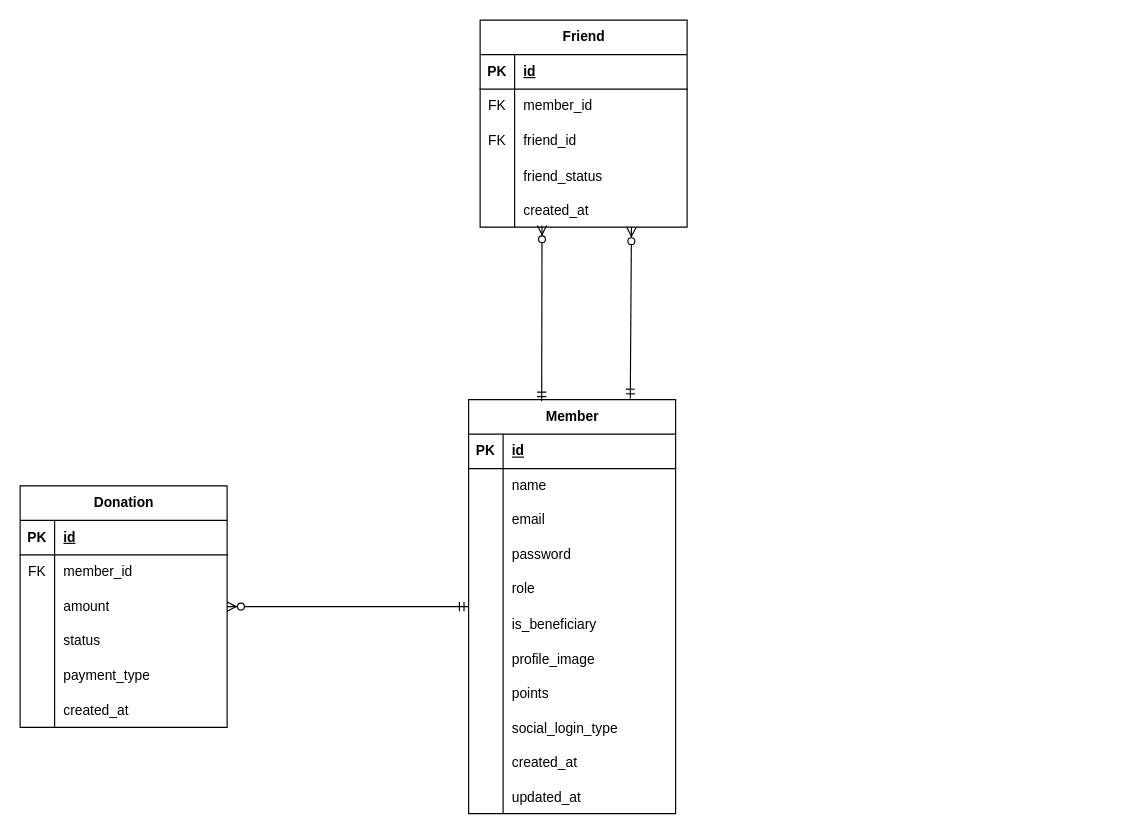
2025-Advanced-Capstone-Chaeum/ERD keeps this draw.io diagram as ChaeumERD.drawio. Above is the earlier version. Source tidied: cells renumbered, new cells numbered last; positions are measured from the earlier drawing's top-left corner, leaving out a move shared by most shapes. Both pictures are drawn from the tidied source at 115%, with x=0, y=0 at pixel (20, 20).
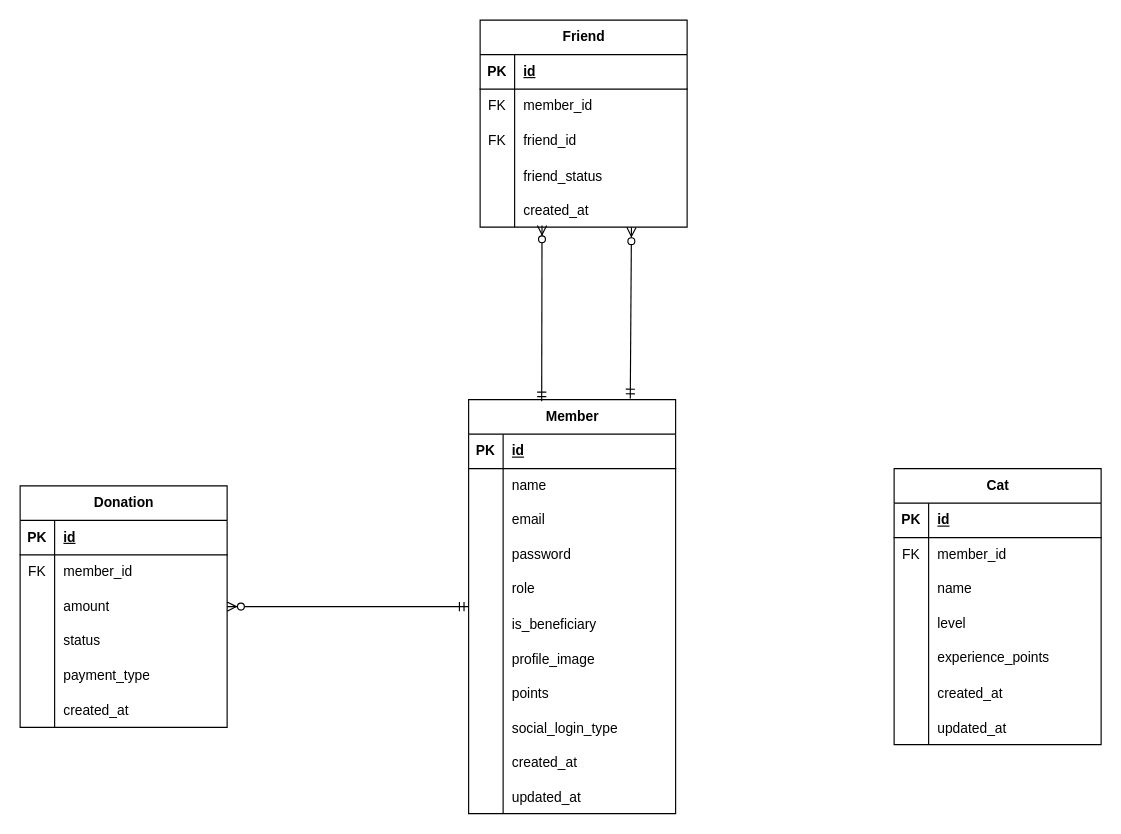
The same diagram, later.

Commit message:
docs(ERD): Cat 테이블 생성

What changed in the source:
```diff
@@
+    <mxCell id="75" value="Cat" style="shape=table;startSize=30;childLayout=tableLayout;rowLines=0;fontStyle=1;align=center;html=1;" parent="1" vertex="1">
+      <mxGeometry x="760" y="390" width="180" height="240" as="geometry" />
+    </mxCell>
+    <mxCell id="76" style="shape=tableRow;horizontal=0;startSize=0;swimlaneHead=0;swimlaneBody=0;fillColor=none;top=0;left=0;right=0;bottom=1;" parent="75" vertex="1">
+      <mxGeometry y="30" width="180" height="30" as="geometry" />
+    </mxCell>
+    <mxCell id="77" value="PK" style="shape=partialRectangle;fillColor=none;top=0;left=0;bottom=0;right=0;fontStyle=1;overflow=hidden;whiteSpace=wrap;html=1;" parent="76" vertex="1">
+      <mxGeometry width="30" height="30" as="geometry" />
+    </mxCell>
+    <mxCell id="78" value="id" style="shape=partialRectangle;fillColor=none;top=0;left=0;bottom=0;right=0;align=left;spacingLeft=6;fontStyle=5;overflow=hidden;whiteSpace=wrap;html=1;" parent="76" vertex="1">
+      <mxGeometry x="30" width="150" height="30" as="geometry" />
+    </mxCell>
+    <mxCell id="79" style="shape=tableRow;horizontal=0;startSize=0;swimlaneHead=0;swimlaneBody=0;fillColor=none;top=0;left=0;right=0;bottom=0;" parent="75" vertex="1">
+      <mxGeometry y="60" width="180" height="30" as="geometry" />
+    </mxCell>
+    <mxCell id="80" value="FK" style="shape=partialRectangle;fillColor=none;top=0;left=0;bottom=0;right=0;overflow=hidden;whiteSpace=wrap;html=1;" parent="79" vertex="1">
+      <mxGeometry width="30" height="30" as="geometry" />
+    </mxCell>
+    <mxCell id="81" value="member_id" style="shape=partialRectangle;fillColor=none;top=0;left=0;bottom=0;right=0;align=left;spacingLeft=6;overflow=hidden;whiteSpace=wrap;html=1;" parent="79" vertex="1">
+      <mxGeometry x="30" width="150" height="30" as="geometry" />
+    </mxCell>
+    <mxCell id="82" style="shape=tableRow;horizontal=0;startSize=0;swimlaneHead=0;swimlaneBody=0;fillColor=none;top=0;left=0;right=0;bottom=0;" parent="75" vertex="1">
+      <mxGeometry y="90" width="180" height="30" as="geometry" />
+    </mxCell>
+    <mxCell id="83" style="shape=partialRectangle;fillColor=none;top=0;left=0;bottom=0;right=0;overflow=hidden;whiteSpace=wrap;html=1;" parent="82" vertex="1">
+      <mxGeometry width="30" height="30" as="geometry" />
+    </mxCell>
+    <mxCell id="84" value="name" style="shape=partialRectangle;fillColor=none;top=0;left=0;bottom=0;right=0;align=left;spacingLeft=6;overflow=hidden;whiteSpace=wrap;html=1;" parent="82" vertex="1">
+      <mxGeometry x="30" width="150" height="30" as="geometry" />
+    </mxCell>
+    <mxCell id="85" style="shape=tableRow;horizontal=0;startSize=0;swimlaneHead=0;swimlaneBody=0;fillColor=none;top=0;left=0;right=0;bottom=0;" parent="75" vertex="1">
+      <mxGeometry y="120" width="180" height="30" as="geometry" />
+    </mxCell>
+    <mxCell id="86" style="shape=partialRectangle;fillColor=none;top=0;left=0;bottom=0;right=0;overflow=hidden;whiteSpace=wrap;html=1;" parent="85" vertex="1">
+      <mxGeometry width="30" height="30" as="geometry" />
+    </mxCell>
+    <mxCell id="87" value="level" style="shape=partialRectangle;fillColor=none;top=0;left=0;bottom=0;right=0;align=left;spacingLeft=6;overflow=hidden;whiteSpace=wrap;html=1;" parent="85" vertex="1">
+      <mxGeometry x="30" width="150" height="30" as="geometry" />
+    </mxCell>
+    <mxCell id="88" style="shape=tableRow;horizontal=0;startSize=0;swimlaneHead=0;swimlaneBody=0;fillColor=none;top=0;left=0;right=0;bottom=0;" parent="75" vertex="1">
+      <mxGeometry y="150" width="180" height="30" as="geometry" />
+    </mxCell>
+    <mxCell id="89" style="shape=partialRectangle;fillColor=none;top=0;left=0;bottom=0;right=0;overflow=hidden;whiteSpace=wrap;html=1;" parent="88" vertex="1">
+      <mxGeometry width="30" height="30" as="geometry" />
+    </mxCell>
+    <mxCell id="90" value="experience_points" style="shape=partialRectangle;fillColor=none;top=0;left=0;bottom=0;right=0;align=left;spacingLeft=6;overflow=hidden;whiteSpace=wrap;html=1;" parent="88" vertex="1">
+      <mxGeometry x="30" width="150" height="30" as="geometry" />
+    </mxCell>
+    <mxCell id="91" style="shape=tableRow;horizontal=0;startSize=0;swimlaneHead=0;swimlaneBody=0;fillColor=none;top=0;left=0;right=0;bottom=0;" parent="75" vertex="1">
+      <mxGeometry y="180" width="180" height="30" as="geometry" />
+    </mxCell>
+    <mxCell id="92" style="shape=partialRectangle;fillColor=none;top=0;left=0;bottom=0;right=0;overflow=hidden;" parent="91" vertex="1">
+      <mxGeometry width="30" height="30" as="geometry" />
+    </mxCell>
+    <mxCell id="93" value="created_at" style="shape=partialRectangle;fillColor=none;top=0;left=0;bottom=0;right=0;align=left;spacingLeft=6;overflow=hidden;" parent="91" vertex="1">
+      <mxGeometry x="30" width="150" height="30" as="geometry" />
+    </mxCell>
+    <mxCell id="94" style="shape=tableRow;horizontal=0;startSize=0;swimlaneHead=0;swimlaneBody=0;fillColor=none;top=0;left=0;right=0;bottom=0;" parent="75" vertex="1">
+      <mxGeometry y="210" width="180" height="30" as="geometry" />
+    </mxCell>
+    <mxCell id="95" style="shape=partialRectangle;fillColor=none;top=0;left=0;bottom=0;right=0;overflow=hidden;" parent="94" vertex="1">
+      <mxGeometry width="30" height="30" as="geometry" />
+    </mxCell>
+    <mxCell id="96" value="updated_at" style="shape=partialRectangle;fillColor=none;top=0;left=0;bottom=0;right=0;align=left;spacingLeft=6;overflow=hidden;" parent="94" vertex="1">
+      <mxGeometry x="30" width="150" height="30" as="geometry" />
+    </mxCell>
```
